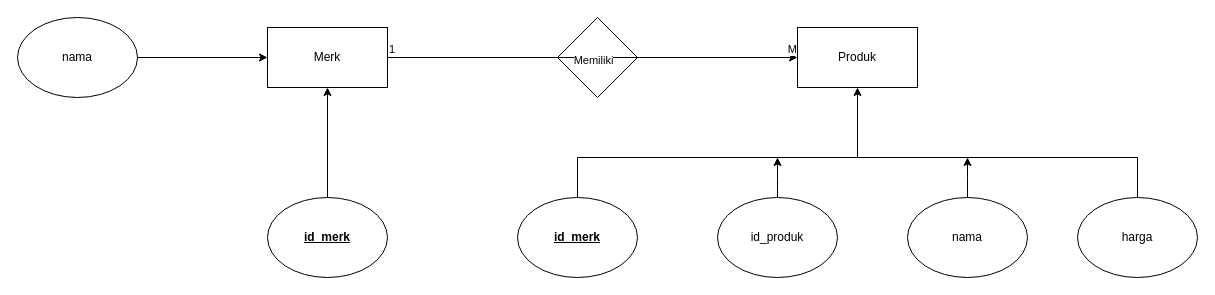
Above: Untitled Diagram.drawio in takachan0012/draw.io (draw.io), before the change. Source tidied: cells renumbered, new cells numbered last; positions are measured from the earlier drawing's top-left corner, leaving out a move shared by most shapes. Both pictures are drawn from the tidied source at 100%, with x=0, y=0 at pixel (17, 17).
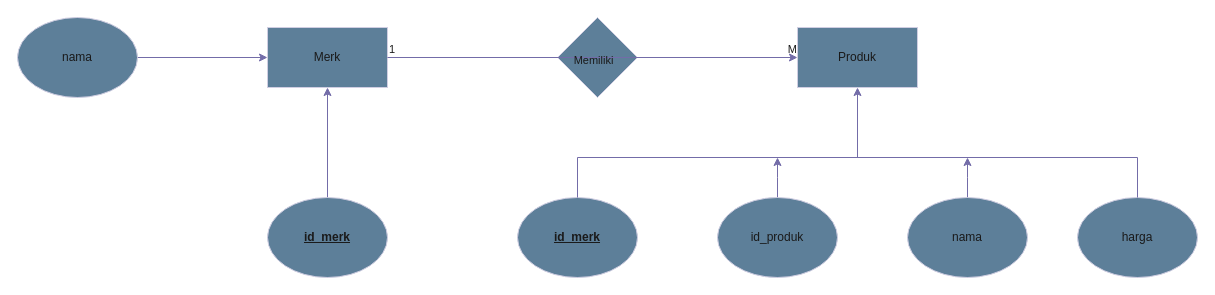
The same diagram, later.

The edit, as a diff of the source:
```diff
@@
-    <mxCell id="2" value="Merk" style="rounded=0;whiteSpace=wrap;html=1;" parent="1" vertex="1">
+    <mxCell id="2" value="Merk" style="rounded=0;whiteSpace=wrap;html=1;labelBackgroundColor=none;fillColor=#5D7F99;strokeColor=#D0CEE2;fontColor=#1A1A1A;" parent="1" vertex="1">
       <mxGeometry x="250" y="10" width="120" height="60" as="geometry" />
     </mxCell>
-    <mxCell id="3" value="Produk" style="rounded=0;whiteSpace=wrap;html=1;" parent="1" vertex="1">
+    <mxCell id="3" value="Produk" style="rounded=0;whiteSpace=wrap;html=1;labelBackgroundColor=none;fillColor=#5D7F99;strokeColor=#D0CEE2;fontColor=#1A1A1A;" parent="1" vertex="1">
       <mxGeometry x="780" y="10" width="120" height="60" as="geometry" />
     </mxCell>
-    <mxCell id="4" style="edgeStyle=orthogonalEdgeStyle;rounded=0;jettySize=auto;html=1;" parent="1" edge="1" source="5" target="2">
+    <mxCell id="4" style="edgeStyle=orthogonalEdgeStyle;rounded=0;jettySize=auto;html=1;labelBackgroundColor=none;strokeColor=#736CA8;fontColor=default;" parent="1" edge="1" source="5" target="2">
       <mxGeometry relative="1" as="geometry" />
     </mxCell>
-    <mxCell id="5" value="&lt;b&gt;&lt;u&gt;id_merk&lt;/u&gt;&lt;/b&gt;" style="ellipse;whiteSpace=wrap;html=1;" parent="1" vertex="1">
+    <mxCell id="5" value="&lt;b&gt;&lt;u&gt;id_merk&lt;/u&gt;&lt;/b&gt;" style="ellipse;whiteSpace=wrap;html=1;labelBackgroundColor=none;fillColor=#5D7F99;strokeColor=#D0CEE2;fontColor=#1A1A1A;" parent="1" vertex="1">
       <mxGeometry x="250" y="180" width="120" height="80" as="geometry" />
     </mxCell>
-    <mxCell id="6" style="edgeStyle=orthogonalEdgeStyle;rounded=0;jettySize=auto;html=1;" parent="1" edge="1" source="7" target="2">
+    <mxCell id="6" style="edgeStyle=orthogonalEdgeStyle;rounded=0;jettySize=auto;html=1;labelBackgroundColor=none;strokeColor=#736CA8;fontColor=default;" parent="1" edge="1" source="7" target="2">
       <mxGeometry relative="1" as="geometry" />
     </mxCell>
-    <mxCell id="7" value="nama" style="ellipse;whiteSpace=wrap;html=1;" parent="1" vertex="1">
+    <mxCell id="7" value="nama" style="ellipse;whiteSpace=wrap;html=1;labelBackgroundColor=none;fillColor=#5D7F99;strokeColor=#D0CEE2;fontColor=#1A1A1A;" parent="1" vertex="1">
       <mxGeometry width="120" height="80" as="geometry" />
     </mxCell>
-    <mxCell id="8" value="&lt;b&gt;&lt;u&gt;id_merk&lt;/u&gt;&lt;/b&gt;" style="ellipse;whiteSpace=wrap;html=1;" parent="1" vertex="1">
+    <mxCell id="8" value="&lt;b&gt;&lt;u&gt;id_merk&lt;/u&gt;&lt;/b&gt;" style="ellipse;whiteSpace=wrap;html=1;labelBackgroundColor=none;fillColor=#5D7F99;strokeColor=#D0CEE2;fontColor=#1A1A1A;" parent="1" vertex="1">
       <mxGeometry x="500" y="180" width="120" height="80" as="geometry" />
     </mxCell>
-    <mxCell id="9" style="edgeStyle=orthogonalEdgeStyle;rounded=0;jettySize=auto;html=1;" parent="1" edge="1" source="10">
+    <mxCell id="9" style="edgeStyle=orthogonalEdgeStyle;rounded=0;jettySize=auto;html=1;labelBackgroundColor=none;strokeColor=#736CA8;fontColor=default;" parent="1" edge="1" source="10">
       <mxGeometry relative="1" as="geometry">
         <mxPoint x="760" y="140" as="targetPoint" />
       </mxGeometry>
     </mxCell>
-    <mxCell id="10" value="id_produk" style="ellipse;whiteSpace=wrap;html=1;" parent="1" vertex="1">
+    <mxCell id="10" value="id_produk" style="ellipse;whiteSpace=wrap;html=1;labelBackgroundColor=none;fillColor=#5D7F99;strokeColor=#D0CEE2;fontColor=#1A1A1A;" parent="1" vertex="1">
       <mxGeometry x="700" y="180" width="120" height="80" as="geometry" />
     </mxCell>
-    <mxCell id="11" style="edgeStyle=orthogonalEdgeStyle;rounded=0;jettySize=auto;html=1;" parent="1" edge="1" source="12">
+    <mxCell id="11" style="edgeStyle=orthogonalEdgeStyle;rounded=0;jettySize=auto;html=1;labelBackgroundColor=none;strokeColor=#736CA8;fontColor=default;" parent="1" edge="1" source="12">
       <mxGeometry relative="1" as="geometry">
         <mxPoint x="950" y="140" as="targetPoint" />
       </mxGeometry>
     </mxCell>
-    <mxCell id="12" value="nama" style="ellipse;whiteSpace=wrap;html=1;" parent="1" vertex="1">
+    <mxCell id="12" value="nama" style="ellipse;whiteSpace=wrap;html=1;labelBackgroundColor=none;fillColor=#5D7F99;strokeColor=#D0CEE2;fontColor=#1A1A1A;" parent="1" vertex="1">
       <mxGeometry x="890" y="180" width="120" height="80" as="geometry" />
     </mxCell>
-    <mxCell id="13" style="rhombus;whiteSpace=wrap;html=1;" parent="1" vertex="1">
+    <mxCell id="13" style="rhombus;whiteSpace=wrap;html=1;labelBackgroundColor=none;fillColor=#5D7F99;strokeColor=#D0CEE2;fontColor=#1A1A1A;" parent="1" vertex="1">
       <mxGeometry x="540" width="80" height="80" as="geometry" />
     </mxCell>
-    <mxCell id="14" value="harga" style="ellipse;whiteSpace=wrap;html=1;" parent="1" vertex="1">
+    <mxCell id="14" value="harga" style="ellipse;whiteSpace=wrap;html=1;labelBackgroundColor=none;fillColor=#5D7F99;strokeColor=#D0CEE2;fontColor=#1A1A1A;" parent="1" vertex="1">
       <mxGeometry x="1060" y="180" width="120" height="80" as="geometry" />
     </mxCell>
-    <mxCell id="15" style="endArrow=none;html=1;rounded=0;exitX=0.5;exitY=0;exitDx=0;exitDy=0;entryX=0.5;entryY=0;entryDx=0;entryDy=0;" parent="1" edge="1" source="8" target="14">
+    <mxCell id="15" style="endArrow=none;html=1;rounded=0;exitX=0.5;exitY=0;exitDx=0;exitDy=0;entryX=0.5;entryY=0;entryDx=0;entryDy=0;labelBackgroundColor=none;strokeColor=#736CA8;fontColor=default;" parent="1" edge="1" source="8" target="14">
       <mxGeometry relative="1" as="geometry">
         <Array as="points">
           <mxPoint x="560" y="140" />
           <mxPoint x="1120" y="140" />
         </Array>
       </mxGeometry>
     </mxCell>
-    <mxCell id="16" style="endArrow=classic;html=1;rounded=0;entryX=0.5;entryY=1;entryDx=0;entryDy=0;" parent="1" edge="1" target="3">
+    <mxCell id="16" style="endArrow=classic;html=1;rounded=0;entryX=0.5;entryY=1;entryDx=0;entryDy=0;labelBackgroundColor=none;strokeColor=#736CA8;fontColor=default;" parent="1" edge="1" target="3">
       <mxGeometry relative="1" as="geometry">
         <mxPoint x="840" y="140" as="sourcePoint" />
       </mxGeometry>
     </mxCell>
-    <mxCell id="17" style="endArrow=classic;html=1;rounded=0;exitX=1;exitY=0.5;exitDx=0;exitDy=0;entryX=0;entryY=0.5;entryDx=0;entryDy=0;" parent="1" edge="1" source="2" target="3">
+    <mxCell id="17" style="endArrow=classic;html=1;rounded=0;exitX=1;exitY=0.5;exitDx=0;exitDy=0;entryX=0;entryY=0.5;entryDx=0;entryDy=0;labelBackgroundColor=none;strokeColor=#736CA8;fontColor=default;" parent="1" edge="1" source="2" target="3">
       <mxGeometry relative="1" as="geometry" />
     </mxCell>
-    <mxCell id="18" value="1" style="edgeLabel;html=1;align=left;verticalAlign=bottom;" parent="17" vertex="1">
+    <mxCell id="18" value="1" style="edgeLabel;html=1;align=left;verticalAlign=bottom;labelBackgroundColor=none;fontColor=#1A1A1A;" parent="17" vertex="1">
       <mxGeometry x="-1" relative="1" as="geometry" />
     </mxCell>
-    <mxCell id="19" value="M" style="edgeLabel;html=1;align=right;verticalAlign=bottom;" parent="17" vertex="1">
+    <mxCell id="19" value="M" style="edgeLabel;html=1;align=right;verticalAlign=bottom;labelBackgroundColor=none;fontColor=#1A1A1A;" parent="17" vertex="1">
       <mxGeometry x="1" relative="1" as="geometry" />
     </mxCell>
-    <mxCell id="20" value="Memiliki" style="edgeLabel;html=1;align=center;verticalAlign=middle;" parent="17" vertex="1">
+    <mxCell id="20" value="Memiliki" style="edgeLabel;html=1;align=center;verticalAlign=middle;labelBackgroundColor=none;fontColor=#1A1A1A;" parent="17" vertex="1">
       <mxGeometry y="-2" relative="1" as="geometry" />
     </mxCell>
```
